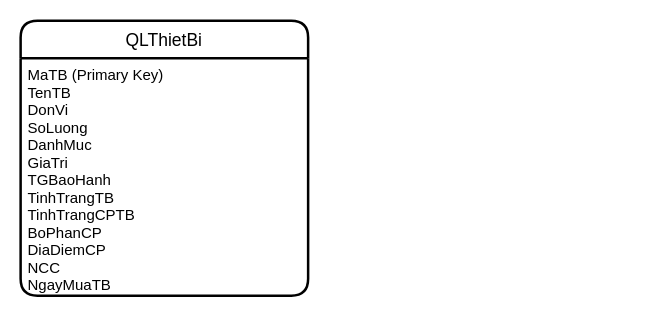
This is page "Databse Design" (1 of 2) of Management Programming/PersonalProject/Document/DatabaseQLTSTBKhachsan.drawio from jusrisu2020/File-HK2-Nam3, a draw.io file, before an edit. Source tidied: cells renumbered, new cells numbered last; positions are measured from the earlier drawing's top-left corner, leaving out a move shared by most shapes. Both pictures are drawn from the tidied source at 125%, with x=0, y=0 at pixel (20, 20).
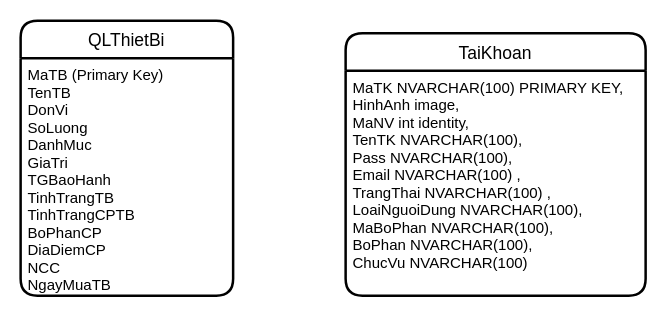
The same diagram, later.

Diff of the diagram source:
```diff
@@
 <mxGraphModel>
   <root>
     <mxCell id="0" />
     <mxCell id="1" parent="0" />
     <mxCell id="2" value="QLThietBi" style="swimlane;horizontal=1;startSize=30;rounded=1;fontSize=14;fontStyle=0;strokeWidth=2;shadow=0;dashed=0;align=center;" parent="1" vertex="1">
-      <mxGeometry width="230" height="220" as="geometry" />
+      <mxGeometry width="170" height="220" as="geometry" />
     </mxCell>
     <mxCell id="3" value="MaTB (Primary Key)&#10;  TenTB &#10;  DonVi &#10;  SoLuong&#10;  DanhMuc&#10;  GiaTri&#10;  TGBaoHanh &#10;TinhTrangTB &#10;  TinhTrangCPTB &#10;  BoPhanCP &#10;  DiaDiemCP &#10;NCC&#10;  NgayMuaTB&#10; " style="align=left;strokeColor=none;fillColor=none;spacingLeft=4;fontSize=12;verticalAlign=top;" parent="2" vertex="1">
-      <mxGeometry y="30" width="230" height="190" as="geometry" />
+      <mxGeometry y="30" width="170" height="190" as="geometry" />
     </mxCell>
+    <mxCell id="4" value="TaiKhoan" style="swimlane;horizontal=1;startSize=30;rounded=1;fontSize=14;fontStyle=0;strokeWidth=2;shadow=0;dashed=0;align=center;" parent="1" vertex="1">
+      <mxGeometry x="260" y="10" width="240" height="210" as="geometry" />
+    </mxCell>
+    <mxCell id="5" value="MaTK NVARCHAR(100) PRIMARY KEY,&#9;&#9;&#9;&#9;&#9;&#9;&#10;&#9;HinhAnh image,&#10;&#9;MaNV int identity,&#9;&#9;&#9;&#9;&#9;&#9;&#9;&#9;&#9;&#10;&#9;TenTK NVARCHAR(100),&#10;&#9;Pass NVARCHAR(100),&#10;&#9;Email NVARCHAR(100) ,&#10;&#9;TrangThai NVARCHAR(100) ,&#9;&#9;&#9;&#9;&#9;&#9;&#9;&#10;&#9;LoaiNguoiDung NVARCHAR(100),&#9;&#9;&#9;&#9;&#9;&#9;&#10;&#9;MaBoPhan NVARCHAR(100),&#10;&#9;BoPhan NVARCHAR(100),&#10;&#9;ChucVu NVARCHAR(100) " style="align=left;strokeColor=none;fillColor=none;spacingLeft=4;fontSize=12;verticalAlign=top;" parent="4" vertex="1">
+      <mxGeometry y="30" width="240" height="180" as="geometry" />
+    </mxCell>
   </root>
 </mxGraphModel>
```
